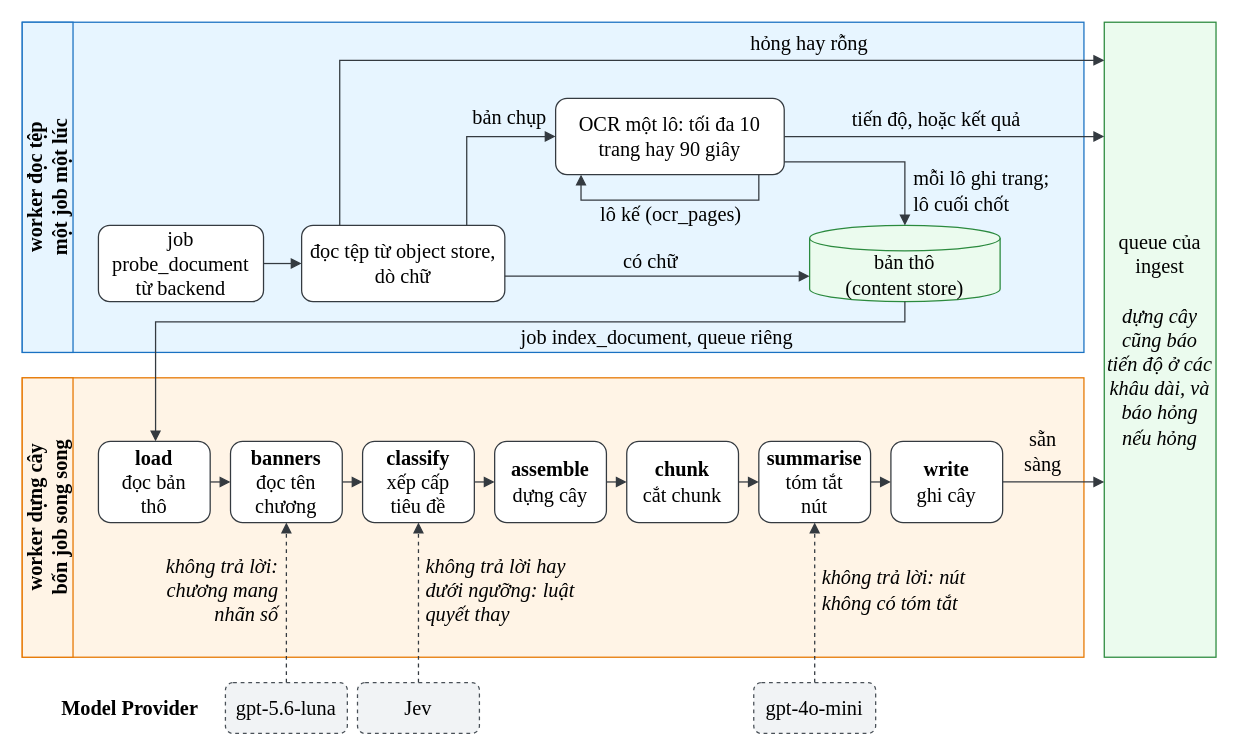
This is docs/diagrams/document-pipeline.drawio from biabeogo147/AI-Assessment-and-Feedback-Assistant, a draw.io file, before an edit. Source tidied: cells renumbered, new cells numbered last; positions are measured from the earlier drawing's top-left corner, leaving out a move shared by most shapes. Both pictures are drawn from the tidied source at 127%, with x=0, y=0 at pixel (22, 22).
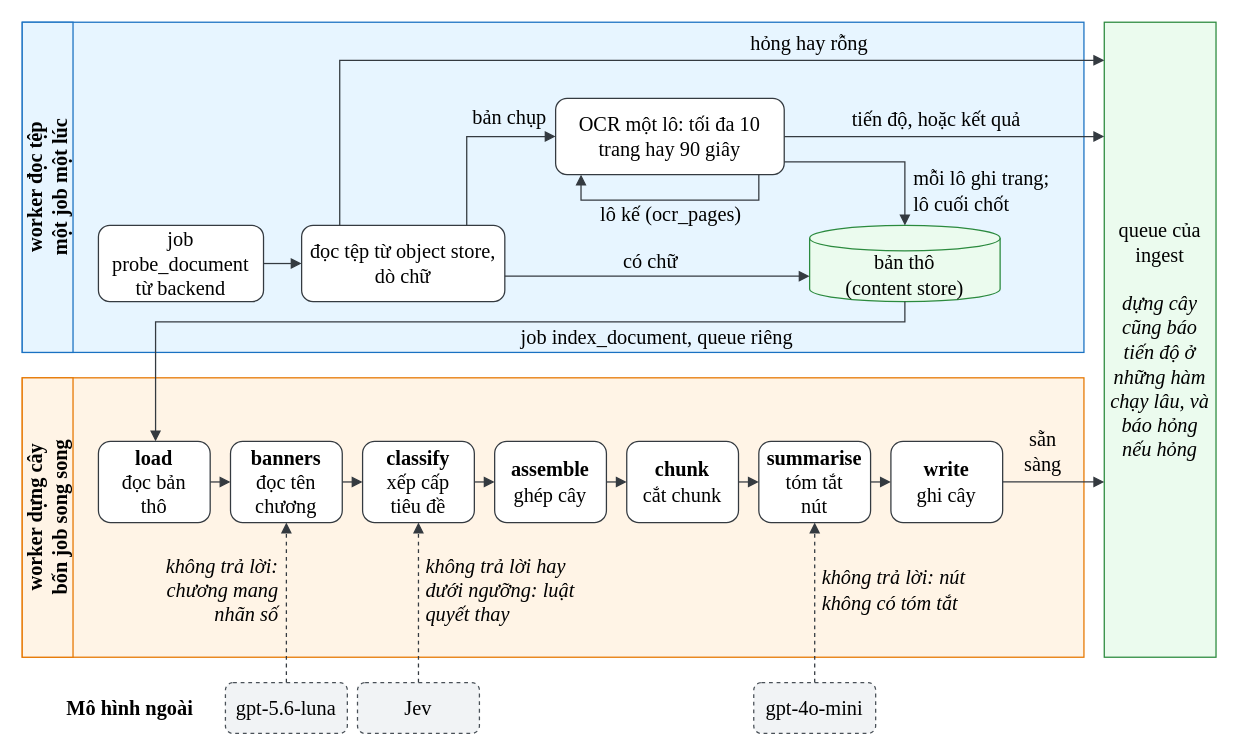
The same page after the edit.

Commit message (it also covers changes not shown here):
docs(report): viết lại mục Document của chương 7 theo khuôn của mục Backend; đóng plan

What changed in the source:
```diff
@@
-    <mxCell id="6" value="queue của ingest&lt;br&gt;&lt;br&gt;&lt;i&gt;dựng cây cũng báo tiến độ ở các khâu dài, và báo hỏng nếu hỏng&lt;/i&gt;" style="rounded=0;whiteSpace=wrap;html=1;fillColor=#ebfbee;strokeColor=#2b8a3e;fontSize=16;fontFamily=Times New Roman;align=center;" parent="1" vertex="1">
+    <mxCell id="6" value="queue của ingest&lt;br&gt;&lt;br&gt;&lt;i&gt;dựng cây cũng báo tiến độ ở những hàm chạy lâu, và báo hỏng nếu hỏng&lt;/i&gt;" style="rounded=0;whiteSpace=wrap;html=1;fillColor=#ebfbee;strokeColor=#2b8a3e;fontSize=16;fontFamily=Times New Roman;align=center;" parent="1" vertex="1">
       <mxGeometry x="852" width="88" height="500" as="geometry" />
     </mxCell>
@@
-    <mxCell id="29" value="&lt;b&gt;assemble&lt;/b&gt;&lt;br&gt;dựng cây" style="rounded=1;whiteSpace=wrap;html=1;fillColor=#ffffff;strokeColor=#343a40;fontSize=16;fontFamily=Times New Roman;align=center;" parent="1" vertex="1">
+    <mxCell id="29" value="&lt;b&gt;assemble&lt;/b&gt;&lt;br&gt;ghép cây" style="rounded=1;whiteSpace=wrap;html=1;fillColor=#ffffff;strokeColor=#343a40;fontSize=16;fontFamily=Times New Roman;align=center;" parent="1" vertex="1">
       <mxGeometry x="372" y="330" width="88" height="64" as="geometry" />
     </mxCell>
@@
-    <mxCell id="41" value="Model Provider" style="text;html=1;whiteSpace=wrap;strokeColor=none;fillColor=none;fontSize=16;fontFamily=Times New Roman;align=center;verticalAlign=middle;fontStyle=1;" parent="1" vertex="1">
+    <mxCell id="41" value="Mô hình ngoài" style="text;html=1;whiteSpace=wrap;strokeColor=none;fillColor=none;fontSize=16;fontFamily=Times New Roman;align=center;verticalAlign=middle;fontStyle=1;" parent="1" vertex="1">
       <mxGeometry x="20" y="520" width="130" height="40" as="geometry" />
     </mxCell>
```
